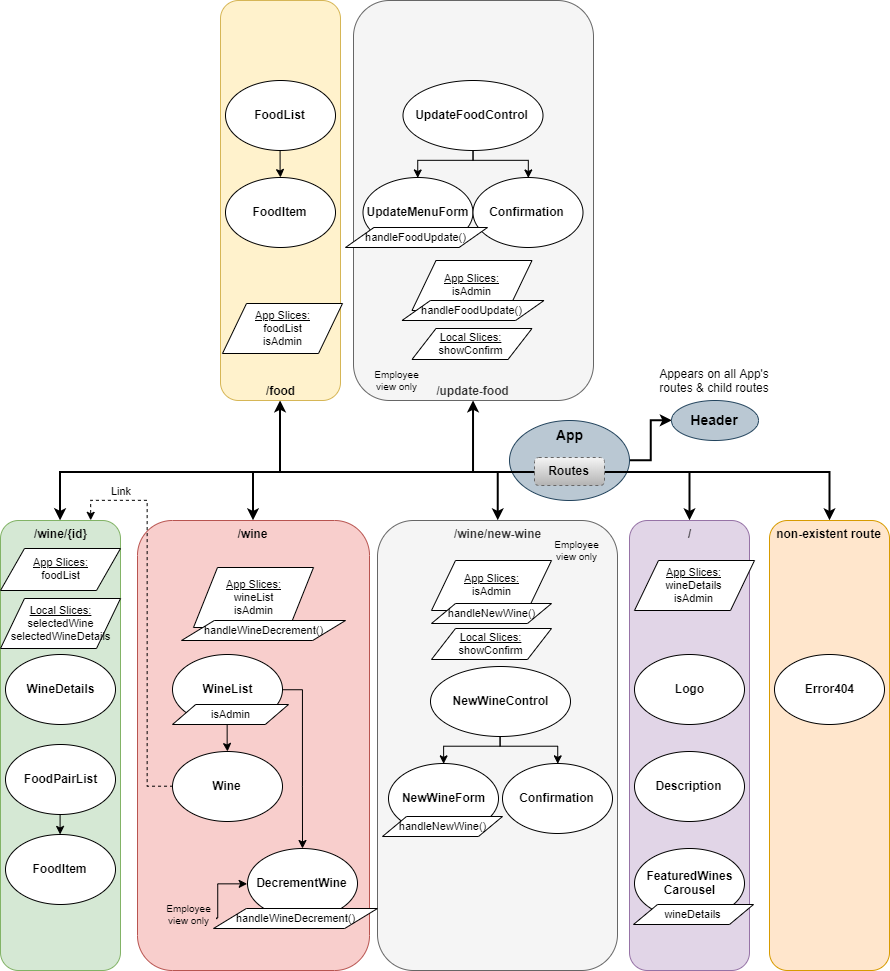
This is src/assets/references/Why-Not-Wine_Route-Structure.png from christinelfrank16/why-not-wine, a draw.io export, as it was before one commit. Source tidied: cells renumbered, new cells last; positions are measured from the earlier drawing's top-left corner, leaving out a move shared by most shapes.
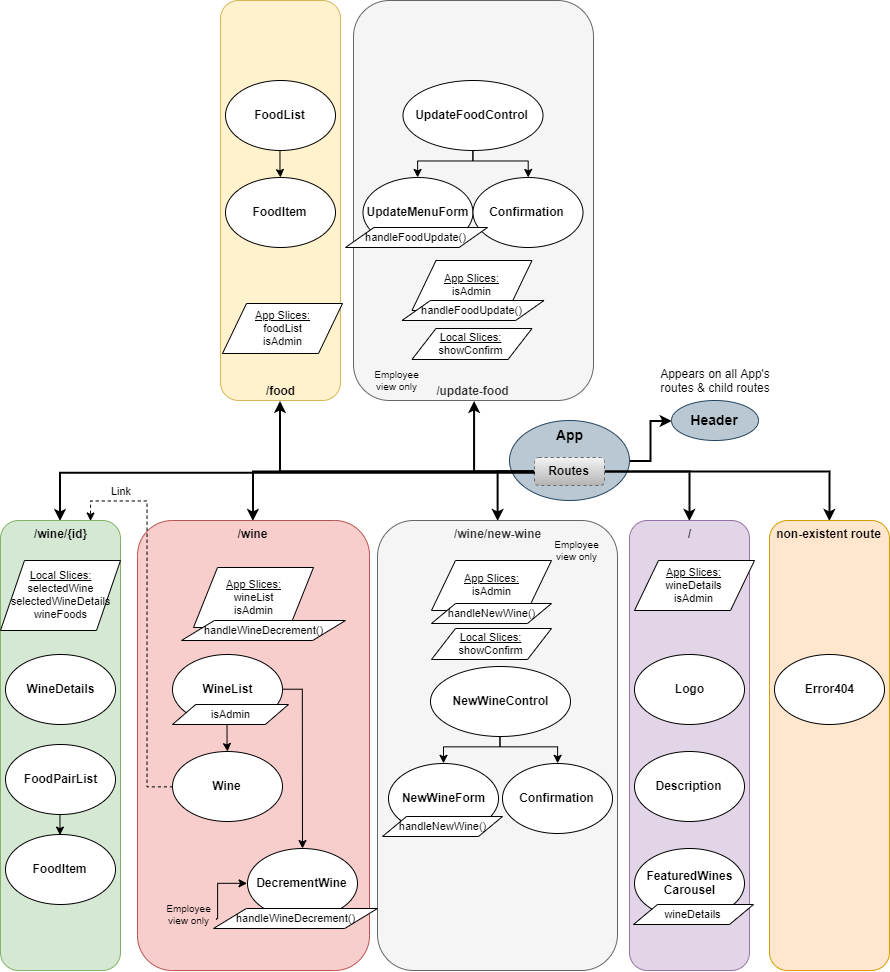
The same diagram one commit later.

Commit message:
Update route structure to indicate wineFood prop in wineDetails page

Diff of the diagram source:
```diff
@@ -181,8 +181,8 @@
     <mxCell id="51" value="FeaturedWines&lt;br&gt;Carousel" style="ellipse;whiteSpace=wrap;html=1;fontStyle=1;" parent="1" vertex="1">
       <mxGeometry x="634" y="848" width="110" height="70" as="geometry" />
     </mxCell>
-    <mxCell id="52" value="&lt;u&gt;Local Slices:&lt;/u&gt;&lt;br&gt;selectedWine&lt;br&gt;selectedWineDetails" style="shape=parallelogram;perimeter=parallelogramPerimeter;whiteSpace=wrap;html=1;fontSize=11;" parent="1" vertex="1">
-      <mxGeometry y="598" width="120" height="50" as="geometry" />
+    <mxCell id="52" value="&lt;u&gt;Local Slices:&lt;/u&gt;&lt;br&gt;selectedWine&lt;br&gt;selectedWineDetails&lt;br&gt;wineFoods" style="shape=parallelogram;perimeter=parallelogramPerimeter;whiteSpace=wrap;html=1;fontSize=11;" parent="1" vertex="1">
+      <mxGeometry y="560" width="120" height="70" as="geometry" />
     </mxCell>
     <mxCell id="53" value="&lt;u&gt;App Slices:&lt;br&gt;&lt;/u&gt;wineList&lt;br&gt;isAdmin" style="shape=parallelogram;perimeter=parallelogramPerimeter;whiteSpace=wrap;html=1;fontSize=11;" parent="1" vertex="1">
       <mxGeometry x="193" y="567" width="120" height="60" as="geometry" />
@@ -205,9 +205,6 @@
     <mxCell id="59" value="wineDetails" style="shape=parallelogram;perimeter=parallelogramPerimeter;whiteSpace=wrap;html=1;fontSize=11;" parent="1" vertex="1">
       <mxGeometry x="633" y="904" width="120" height="20" as="geometry" />
     </mxCell>
-    <mxCell id="60" value="&lt;u&gt;App Slices:&lt;br&gt;&lt;/u&gt;foodList" style="shape=parallelogram;perimeter=parallelogramPerimeter;whiteSpace=wrap;html=1;fontSize=11;" parent="1" vertex="1">
-      <mxGeometry y="548" width="120" height="42" as="geometry" />
-    </mxCell>
     <mxCell id="61" value="handleWineDecrement()" style="shape=parallelogram;perimeter=parallelogramPerimeter;whiteSpace=wrap;html=1;fontSize=11;" parent="1" vertex="1">
       <mxGeometry x="181" y="620" width="164" height="20" as="geometry" />
     </mxCell>
```
